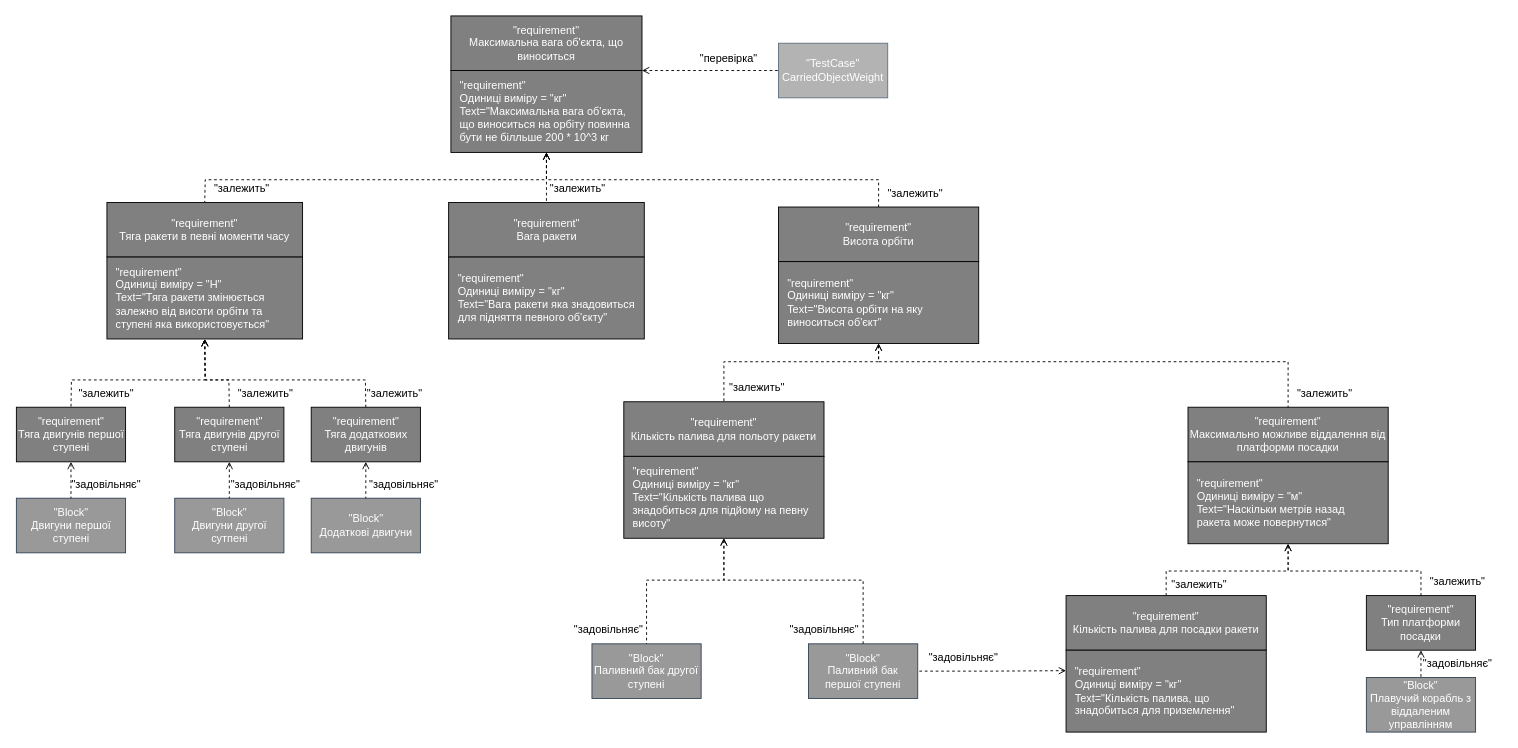
Above: Lab3/Scheme.drawio in tonujet/System-engineering (draw.io), before the change. Source tidied: cells renumbered, new cells numbered last; positions are measured from the earlier drawing's top-left corner, leaving out a move shared by most shapes. Both pictures are drawn from the tidied source at 91%, with x=0, y=0 at pixel (15, 15).
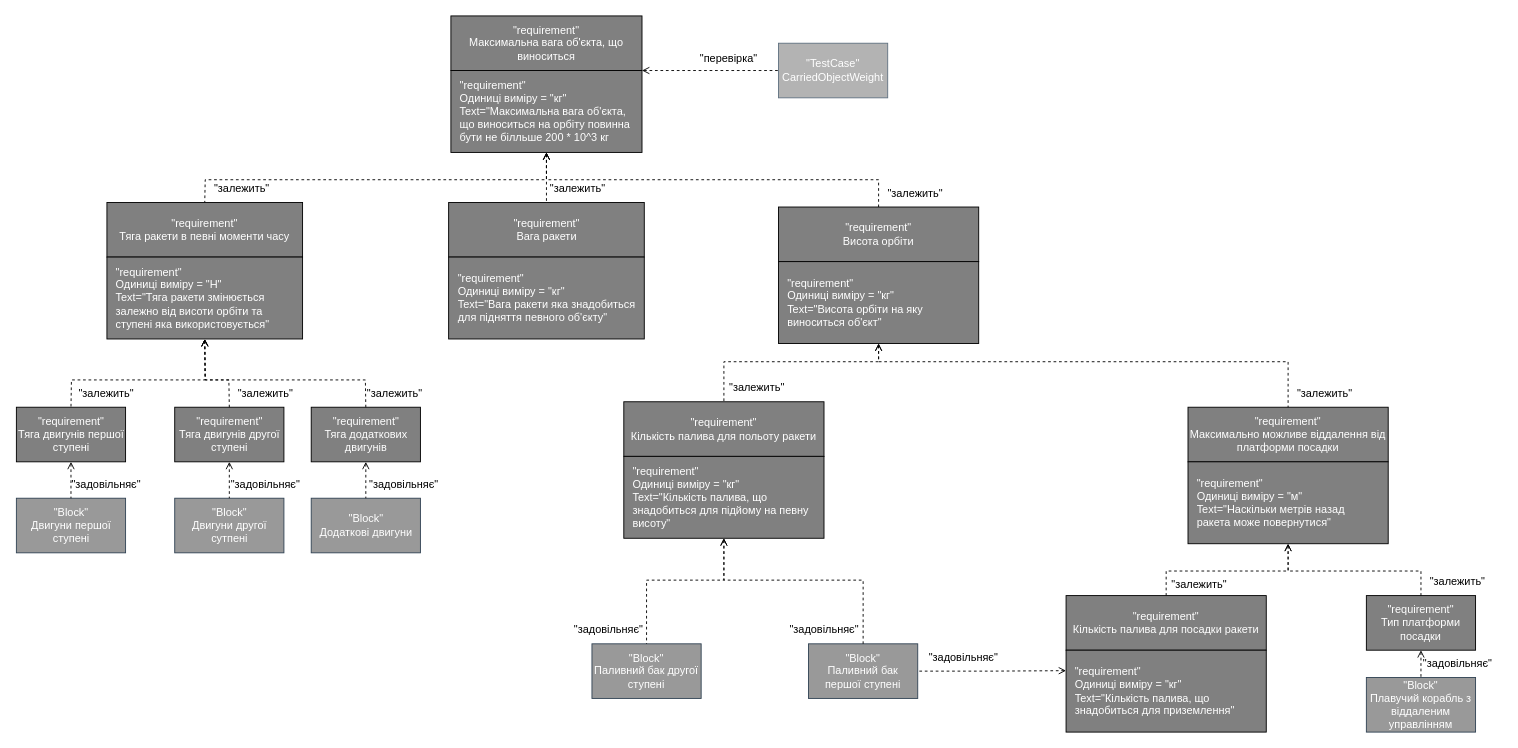
The same diagram, later.

Commit message (it also covers changes not shown here):
Fixed errors in the text of lab1

The change refers to these unchanged cells:
```xml
<mxCell id="14" style="group;" parent="1" vertex="1">
  <mxGeometry x="475.5" y="205" width="215" height="150" as="geometry" />
</mxCell>
<mxCell id="29" style="group;" parent="1" vertex="1">
  <mxGeometry x="668" y="424" width="220" height="150" as="geometry" />
</mxCell>
```

Change to the diagram source:
```diff
@@
-    <mxCell id="16" value="&quot;requirement&quot;&lt;br&gt;Одиниці виміру = &quot;кг&quot;&lt;br&gt;Text=&quot;Вага ракети яка знадовиться для підняття певного об'єкту&quot;" style="rounded=0;whiteSpace=wrap;html=1;fillColor=#808080;fontColor=#FFFFFF;align=left;spacing=10;" parent="14" vertex="1">
+    <mxCell id="16" value="&quot;requirement&quot;&lt;br&gt;Одиниці виміру = &quot;кг&quot;&lt;br&gt;Text=&quot;Вага ракети яка знадобиться для підняття певного об'єкту&quot;" style="rounded=0;whiteSpace=wrap;html=1;fillColor=#808080;fontColor=#FFFFFF;align=left;spacing=10;" parent="14" vertex="1">
       <mxGeometry y="60" width="215" height="90" as="geometry" />
     </mxCell>
@@
-    <mxCell id="31" value="&quot;requirement&quot;&lt;br&gt;Одиниці виміру = &quot;кг&quot;&lt;br&gt;Text=&quot;Кількість палива що знадобиться для підйому на певну висоту&quot;" style="rounded=0;whiteSpace=wrap;html=1;fillColor=#808080;fontColor=#FFFFFF;align=left;spacing=10;" parent="29" vertex="1">
+    <mxCell id="31" value="&quot;requirement&quot;&lt;br&gt;Одиниці виміру = &quot;кг&quot;&lt;br&gt;Text=&quot;Кількість палива, що знадобиться для підйому на певну висоту&quot;" style="rounded=0;whiteSpace=wrap;html=1;fillColor=#808080;fontColor=#FFFFFF;align=left;spacing=10;" parent="29" vertex="1">
       <mxGeometry y="60" width="220" height="90" as="geometry" />
     </mxCell>
```
